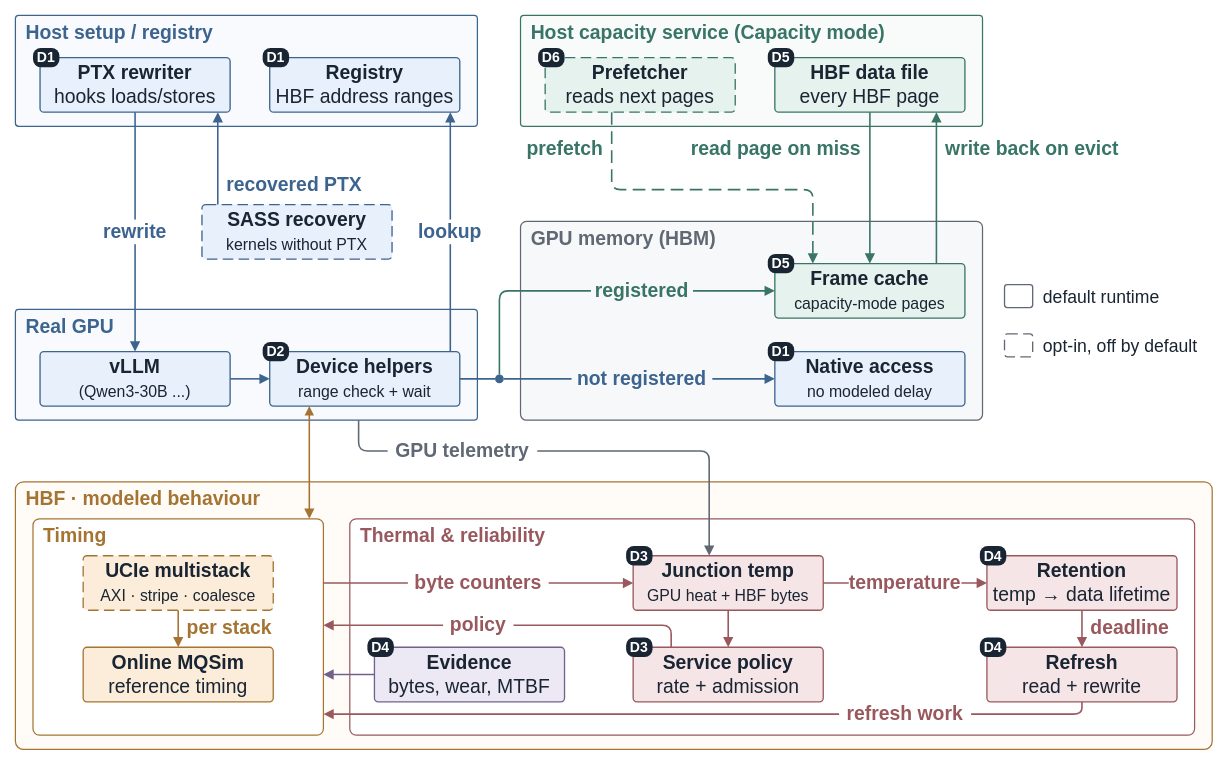
SlugLab/HBFSim keeps this draw.io diagram as docs/assets/hbfsim-architecture.drawio. Above is the earlier version. Source tidied: cells renumbered, new cells numbered last; positions are measured from the earlier drawing's top-left corner, leaving out a move shared by most shapes. Both pictures are drawn from the tidied source at 88%, with x=0, y=0 at pixel (15, 15).
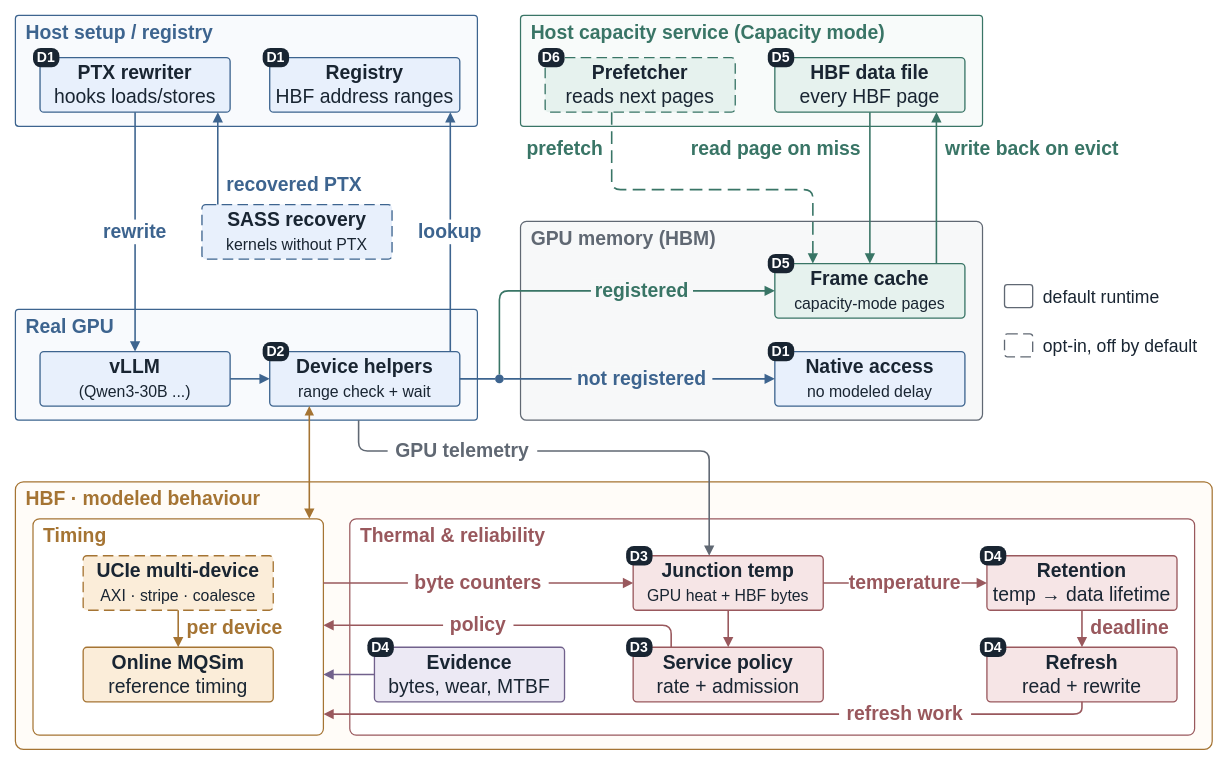
Above is the later version.

The edit, as a diff of the source:
```diff
@@
-    <mxCell id="35" value="&lt;b&gt;UCIe multistack&lt;/b&gt;&lt;br&gt;&lt;font style=&quot;font-size:18px&quot;&gt;AXI · stripe · coalesce&lt;/font&gt;" style="rounded=1;arcSize=7;whiteSpace=wrap;html=1;fontFamily=Helvetica;fontSize=22;fontColor=#192532;spacing=2;align=center;verticalAlign=middle;fillColor=#FBEDD9;strokeColor=#A57433;strokeWidth=1.5;dashed=1;dashPattern=8 4;" parent="1" vertex="1">
+    <mxCell id="35" value="&lt;b&gt;UCIe multi-device&lt;/b&gt;&lt;br&gt;&lt;font style=&quot;font-size:18px&quot;&gt;AXI · stripe · coalesce&lt;/font&gt;" style="rounded=1;arcSize=7;whiteSpace=wrap;html=1;fontFamily=Helvetica;fontSize=22;fontColor=#192532;spacing=2;align=center;verticalAlign=middle;fillColor=#FBEDD9;strokeColor=#A57433;strokeWidth=1.5;dashed=1;dashPattern=8 4;" parent="1" vertex="1">
       <mxGeometry x="77" y="614" width="216" height="62" as="geometry" />
     </mxCell>
@@
-    <mxCell id="38" value="per stack" style="text;html=1;whiteSpace=wrap;fontFamily=Helvetica;fontSize=22;fontStyle=1;fontColor=#A57433;align=left;verticalAlign=middle;spacing=0;strokeColor=none;fillColor=none;" parent="1" vertex="1">
+    <mxCell id="38" value="per device" style="text;html=1;whiteSpace=wrap;fontFamily=Helvetica;fontSize=22;fontStyle=1;fontColor=#A57433;align=left;verticalAlign=middle;spacing=0;strokeColor=none;fillColor=none;" parent="1" vertex="1">
       <mxGeometry x="195" y="683" width="110" height="28" as="geometry" />
     </mxCell>
```
